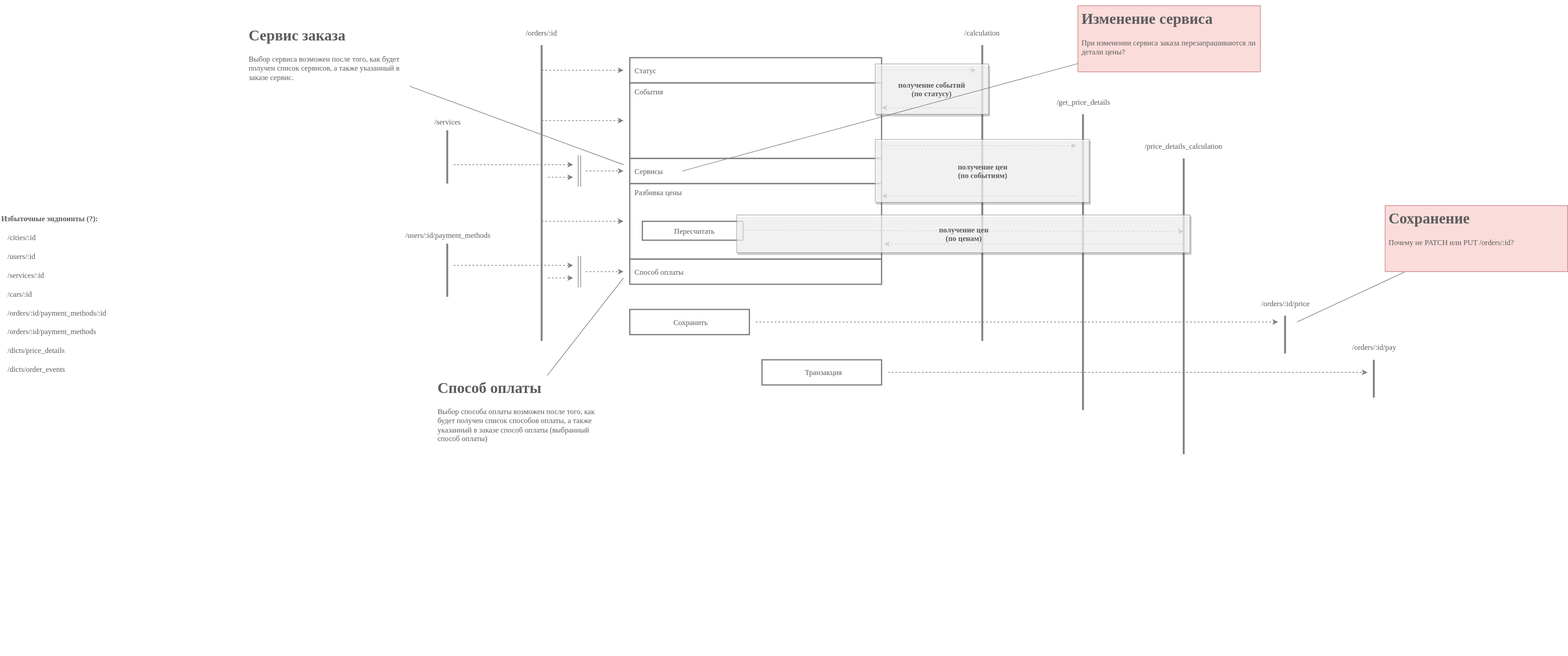
Earlier version of the draw.io export calc.svg (ajile/draw-io). Source tidied: cells renumbered, new cells last; positions are measured from the earlier drawing's top-left corner, leaving out a move shared by most shapes.
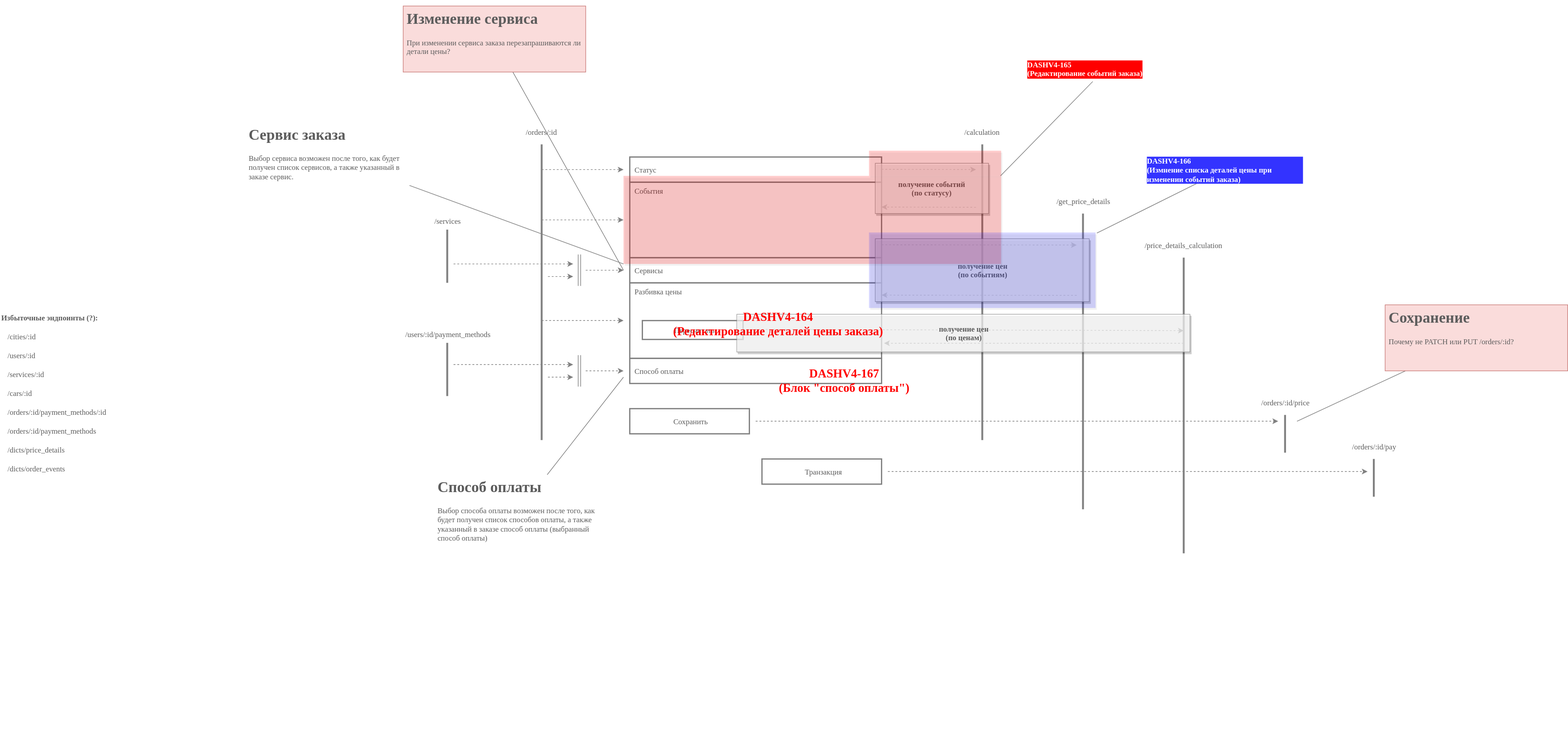
Later version of the same file.

Change to the diagram source:
```diff
@@ -285,11 +285,13 @@
     <mxCell id="67" value="Избыточные эндпоинты (?):" style="text;html=1;strokeColor=none;fillColor=none;align=left;verticalAlign=middle;whiteSpace=wrap;rounded=0;shadow=0;fontFamily=Verdana;fontColor=#5C5C5C;opacity=70;fontStyle=1;" parent="58" vertex="1">
       <mxGeometry width="210" height="20" as="geometry" />
     </mxCell>
-    <mxCell id="68" style="edgeStyle=none;rounded=0;html=1;labelBackgroundColor=none;startArrow=none;startFill=0;endArrow=none;endFill=0;jettySize=auto;strokeColor=#808080;strokeWidth=1;fontFamily=Verdana;fontSize=12;fontColor=#5C5C5C;entryX=0.21;entryY=0.5;entryPerimeter=0;" parent="1" edge="1" source="69" target="26">
-      <mxGeometry relative="1" as="geometry" />
+    <mxCell id="68" style="edgeStyle=none;rounded=0;html=1;labelBackgroundColor=none;startArrow=none;startFill=0;endArrow=none;endFill=0;jettySize=auto;strokeColor=#808080;strokeWidth=1;fontFamily=Verdana;fontSize=12;fontColor=#5C5C5C;" parent="1" edge="1" source="69">
+      <mxGeometry relative="1" as="geometry">
+        <mxPoint x="990" y="262" as="targetPoint" />
+      </mxGeometry>
     </mxCell>
     <mxCell id="69" value="&lt;h1&gt;Изменение сервиса&lt;/h1&gt;&lt;p&gt;При изменении сервиса заказа перезапрашиваются ли детали цены?&lt;/p&gt;" style="text;html=1;strokeColor=#b85450;fillColor=#f8cecc;spacing=5;spacingTop=-20;whiteSpace=wrap;overflow=hidden;rounded=0;shadow=0;fontFamily=Verdana;fontColor=#5C5C5C;opacity=70;align=left;" parent="1" vertex="1">
-      <mxGeometry x="1712" y="-0.5" width="290" height="105" as="geometry" />
+      <mxGeometry x="640" y="-158" width="290" height="105" as="geometry" />
     </mxCell>
     <mxCell id="70" style="edgeStyle=none;rounded=0;html=1;labelBackgroundColor=none;startArrow=none;startFill=0;endArrow=none;endFill=0;jettySize=auto;strokeColor=#808080;strokeWidth=1;fontFamily=Verdana;fontSize=12;fontColor=#5C5C5C;" parent="1" edge="1" source="71">
       <mxGeometry relative="1" as="geometry">
@@ -305,5 +307,37 @@
     <mxCell id="73" value="&lt;div&gt;получение цен&lt;/div&gt;&lt;div&gt;(по ценам)&lt;/div&gt;" style="rounded=0;whiteSpace=wrap;html=1;shadow=1;strokeColor=#808080;strokeWidth=1;fillColor=#ffffff;gradientColor=none;fontFamily=Verdana;fontSize=12;fontColor=#5C5C5C;align=center;opacity=70;fontStyle=1;" parent="1" vertex="1">
       <mxGeometry x="1170" y="332" width="720" height="60" as="geometry" />
     </mxCell>
+    <mxCell id="74" value="Области" parent="0" />
+    <mxCell id="75" style="edgeStyle=none;rounded=0;html=1;entryX=0.998;entryY=0;entryPerimeter=0;labelBackgroundColor=none;startArrow=none;startFill=0;endArrow=none;endFill=0;jettySize=auto;strokeColor=#808080;strokeWidth=1;fontFamily=Verdana;fontSize=12;fontColor=#FFFFFF;" parent="74" edge="1" source="83" target="77">
+      <mxGeometry relative="1" as="geometry" />
+    </mxCell>
+    <mxCell id="76" style="group;" parent="74" vertex="1">
+      <mxGeometry x="990" y="72" width="600" height="180" as="geometry" />
+    </mxCell>
+    <mxCell id="77" style="rounded=0;whiteSpace=wrap;html=1;shadow=1;fillColor=#FF0000;gradientColor=none;fontFamily=Verdana;fontSize=19;fontColor=#FF0000;opacity=20;align=left;strokeColor=none;" parent="76" vertex="1">
+      <mxGeometry y="40" width="600" height="140" as="geometry" />
+    </mxCell>
+    <mxCell id="78" style="rounded=0;whiteSpace=wrap;html=1;shadow=1;fillColor=#FF0000;gradientColor=none;fontFamily=Verdana;fontSize=19;fontColor=#FF0000;opacity=20;align=left;strokeColor=none;" parent="76" vertex="1">
+      <mxGeometry x="390" width="210" height="40" as="geometry" />
+    </mxCell>
+    <mxCell id="79" style="rounded=0;whiteSpace=wrap;html=1;shadow=1;fillColor=#3333FF;gradientColor=none;fontFamily=Verdana;fontSize=19;fontColor=#FF0000;opacity=20;align=left;strokeColor=none;" parent="74" vertex="1">
+      <mxGeometry x="1380" y="202" width="360" height="120" as="geometry" />
+    </mxCell>
+    <mxCell id="80" style="edgeStyle=none;rounded=0;html=1;entryX=1.006;entryY=0.008;entryPerimeter=0;labelBackgroundColor=none;startArrow=none;startFill=0;endArrow=none;endFill=0;jettySize=auto;strokeColor=#808080;strokeWidth=1;fontFamily=Verdana;fontSize=12;fontColor=#3333FF;" parent="74" edge="1" source="85" target="79">
+      <mxGeometry relative="1" as="geometry" />
+    </mxCell>
+    <mxCell id="81" value="Задачи" parent="0" />
+    <mxCell id="82" value="DASHV4-164&lt;br&gt;(Редактирование деталей цены заказа)&lt;br&gt;" style="text;html=1;strokeColor=none;fillColor=none;align=center;verticalAlign=middle;whiteSpace=wrap;rounded=0;shadow=1;fontFamily=Verdana;fontColor=#FF0000;opacity=70;fontSize=19;fontStyle=1;" parent="81" vertex="1">
+      <mxGeometry x="1000" y="322" width="470" height="50" as="geometry" />
+    </mxCell>
+    <mxCell id="83" value="DASHV4-165&lt;br style=&quot;font-size: 12px;&quot;&gt;(Редактирование событий заказа)&lt;br style=&quot;font-size: 12px;&quot;&gt;" style="text;html=1;strokeColor=none;fillColor=none;align=left;verticalAlign=middle;whiteSpace=wrap;rounded=0;shadow=1;fontFamily=Verdana;fontColor=#FFFFFF;opacity=70;fontSize=12;fontStyle=1;labelBackgroundColor=#FF0000;" parent="81" vertex="1">
+      <mxGeometry x="1630" y="-78" width="250" height="40" as="geometry" />
+    </mxCell>
+    <mxCell id="84" value="DASHV4-167&lt;br&gt;(Блок &quot;способ оплаты&quot;)&lt;br&gt;" style="text;html=1;strokeColor=none;fillColor=none;align=center;verticalAlign=middle;whiteSpace=wrap;rounded=0;shadow=1;fontFamily=Verdana;fontColor=#FF0000;opacity=70;fontSize=19;fontStyle=1;" parent="81" vertex="1">
+      <mxGeometry x="1105" y="412" width="470" height="50" as="geometry" />
+    </mxCell>
+    <mxCell id="85" value="&lt;div&gt;DASHV4-166&lt;/div&gt;&lt;div&gt;(Измнение списка деталей цены при изменении событий заказа)&lt;/div&gt;" style="text;html=1;strokeColor=none;fillColor=none;align=left;verticalAlign=middle;whiteSpace=wrap;rounded=0;shadow=1;fontFamily=Verdana;fontColor=#FFFFFF;opacity=70;fontSize=12;fontStyle=1;labelBackgroundColor=#3333FF;" parent="81" vertex="1">
+      <mxGeometry x="1820" y="82" width="250" height="40" as="geometry" />
+    </mxCell>
   </root>
 </mxGraphModel>
```
